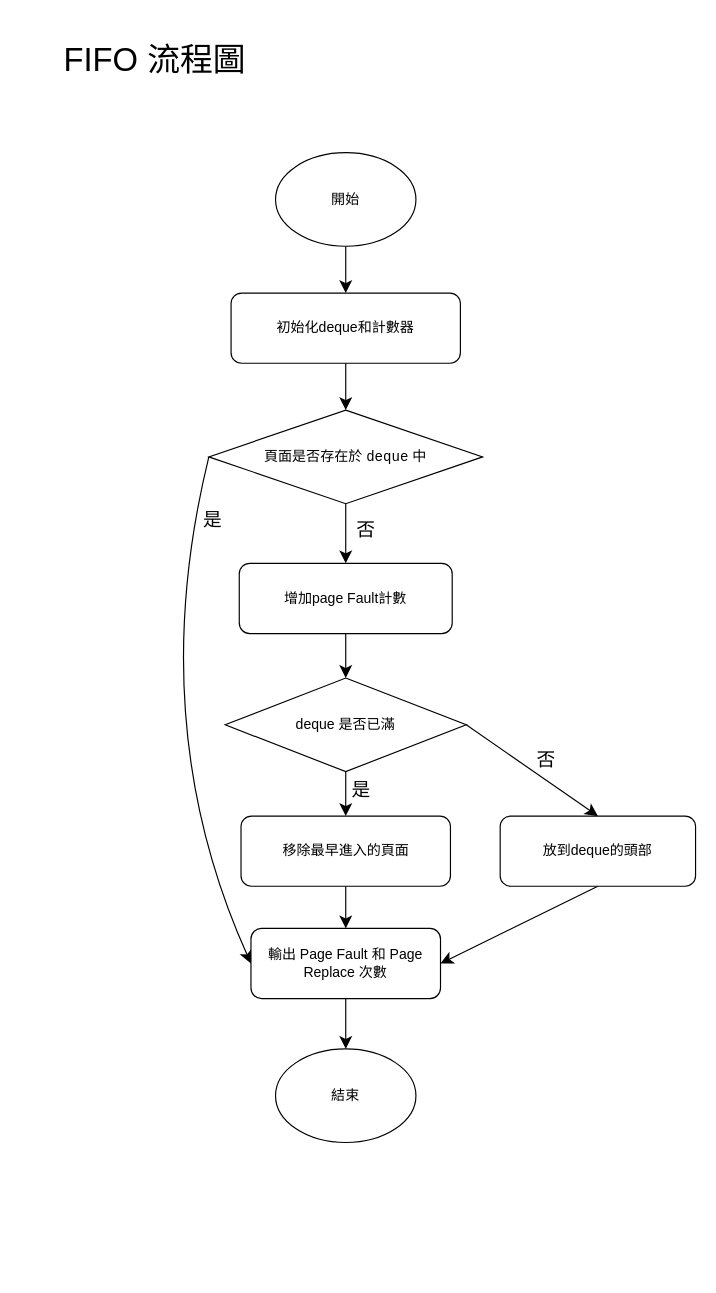
Tsengbrian92/OS-schedule keeps this draw.io diagram as LRU.drawio. Above is the earlier version. Source tidied: cells renumbered, new cells numbered last; positions are measured from the earlier drawing's top-left corner, leaving out a move shared by most shapes. Both pictures are drawn from the tidied source at 117%, with x=0, y=0 at pixel (20, 20).
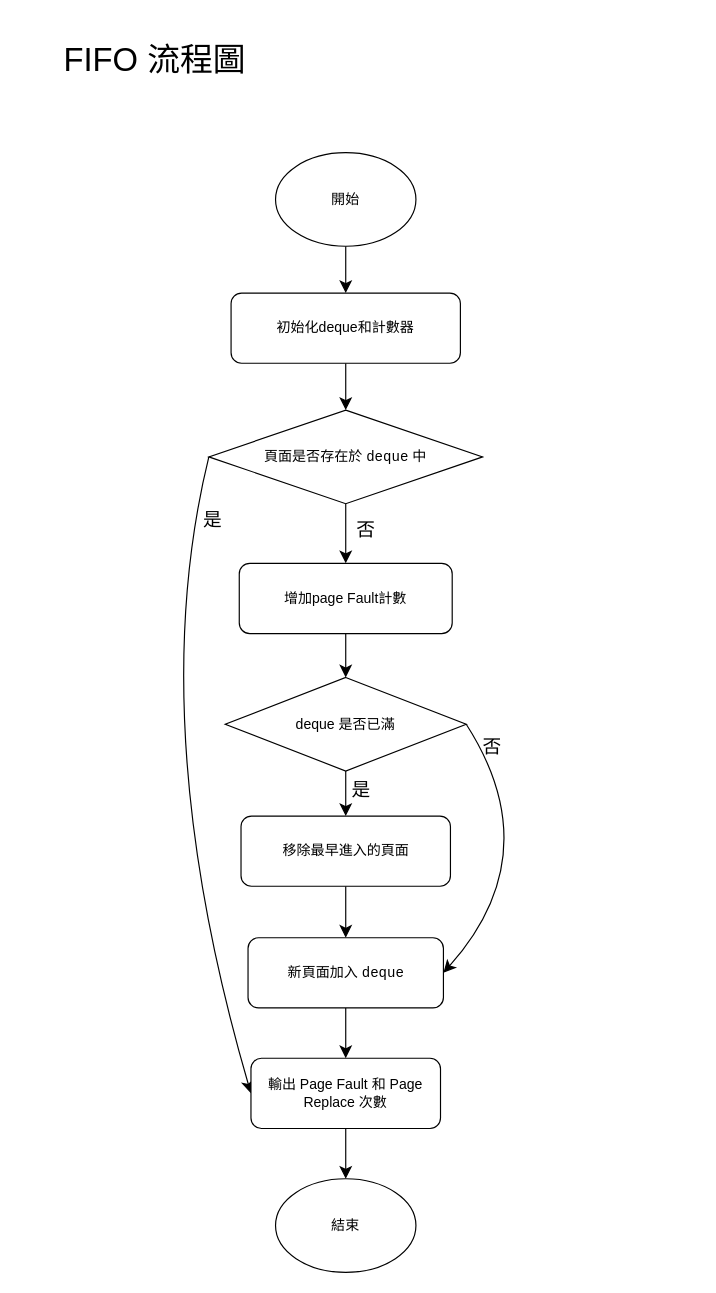
After the change.

Unchanged cells that the change refers to:
```xml
<mxCell id="16" value="&lt;p data-pm-slice=&quot;1 1 [&amp;quot;ordered_list&amp;quot;,{&amp;quot;spread&amp;quot;:false,&amp;quot;startingNumber&amp;quot;:1,&amp;quot;start&amp;quot;:365,&amp;quot;end&amp;quot;:570},&amp;quot;regular_list_item&amp;quot;,{&amp;quot;start&amp;quot;:391,&amp;quot;end&amp;quot;:529},&amp;quot;list&amp;quot;,{&amp;quot;spread&amp;quot;:false,&amp;quot;start&amp;quot;:413,&amp;quot;end&amp;quot;:529},&amp;quot;regular_list_item&amp;quot;,{&amp;quot;start&amp;quot;:413,&amp;quot;end&amp;quot;:529},&amp;quot;list&amp;quot;,{&amp;quot;spread&amp;quot;:false,&amp;quot;start&amp;quot;:439,&amp;quot;end&amp;quot;:529},&amp;quot;regular_list_item&amp;quot;,{&amp;quot;start&amp;quot;:451,&amp;quot;end&amp;quot;:529},&amp;quot;list&amp;quot;,{&amp;quot;spread&amp;quot;:false,&amp;quot;start&amp;quot;:463,&amp;quot;end&amp;quot;:529},&amp;quot;regular_list_item&amp;quot;,{&amp;quot;start&amp;quot;:489,&amp;quot;end&amp;quot;:506}]&quot;&gt;移除最早進入的頁面&lt;/p&gt;" style="rounded=1;whiteSpace=wrap;html=1;" parent="1" vertex="1">
  <mxGeometry x="188.5" y="680" width="179" height="60" as="geometry" />
</mxCell>
```

The edit, as a diff of the source:
```diff
@@
-    <mxCell id="13" style="edgeStyle=none;curved=1;rounded=0;jettySize=auto;html=1;entryX=0.5;entryY=0;entryDx=0;entryDy=0;fontSize=12;startSize=8;endSize=8;exitX=1;exitY=0.5;exitDx=0;exitDy=0;" parent="1" edge="1" source="14" target="19">
-      <mxGeometry relative="1" as="geometry" />
+    <mxCell id="13" style="edgeStyle=none;curved=1;rounded=0;jettySize=auto;html=1;exitX=1;exitY=0.5;exitDx=0;exitDy=0;entryX=1;entryY=0.5;entryDx=0;entryDy=0;fontSize=12;startSize=8;endSize=8;" parent="1" edge="1" source="14" target="19">
+      <mxGeometry relative="1" as="geometry">
+        <Array as="points">
+          <mxPoint x="452" y="712" />
+        </Array>
+      </mxGeometry>
     </mxCell>
     <mxCell id="14" value="deque 是否已滿" style="rhombus;whiteSpace=wrap;html=1;" parent="1" vertex="1">
-      <mxGeometry x="175" y="562" width="206" height="80" as="geometry" />
+      <mxGeometry x="175" y="561.5" width="206" height="80" as="geometry" />
     </mxCell>
-    <mxCell id="15" style="edgeStyle=none;curved=1;rounded=0;jettySize=auto;html=1;fontSize=12;startSize=8;endSize=8;" parent="1" edge="1" source="16" target="22">
-      <mxGeometry relative="1" as="geometry" />
-    </mxCell>
+    <mxCell id="26" style="edgeStyle=none;curved=1;rounded=0;jettySize=auto;html=1;entryX=0.5;entryY=0;entryDx=0;entryDy=0;fontSize=12;startSize=8;endSize=8;" parent="1" edge="1" source="16" target="19">
+      <mxGeometry relative="1" as="geometry" />
+    </mxCell>
@@
-    <mxCell id="18" style="edgeStyle=none;curved=1;rounded=0;jettySize=auto;html=1;exitX=0.5;exitY=1;exitDx=0;exitDy=0;entryX=1;entryY=0.5;entryDx=0;entryDy=0;fontSize=12;startSize=8;endSize=8;" parent="1" edge="1" source="19" target="22">
+    <mxCell id="18" style="edgeStyle=none;curved=1;rounded=0;jettySize=auto;html=1;fontSize=12;startSize=8;endSize=8;" parent="1" edge="1" source="19" target="22">
       <mxGeometry relative="1" as="geometry" />
     </mxCell>
-    <mxCell id="19" value="放到deque&lt;span style=&quot;background-color: initial;&quot;&gt;的頭部&lt;/span&gt;" style="rounded=1;whiteSpace=wrap;html=1;" parent="1" vertex="1">
-      <mxGeometry x="410" y="680" width="167" height="60" as="geometry" />
+    <mxCell id="19" value="&lt;p data-pm-slice=&quot;1 1 [&amp;quot;ordered_list&amp;quot;,{&amp;quot;spread&amp;quot;:false,&amp;quot;startingNumber&amp;quot;:1,&amp;quot;start&amp;quot;:592,&amp;quot;end&amp;quot;:823},&amp;quot;regular_list_item&amp;quot;,{&amp;quot;start&amp;quot;:618,&amp;quot;end&amp;quot;:782},&amp;quot;list&amp;quot;,{&amp;quot;spread&amp;quot;:false,&amp;quot;start&amp;quot;:640,&amp;quot;end&amp;quot;:782},&amp;quot;regular_list_item&amp;quot;,{&amp;quot;start&amp;quot;:640,&amp;quot;end&amp;quot;:782},&amp;quot;list&amp;quot;,{&amp;quot;spread&amp;quot;:false,&amp;quot;start&amp;quot;:666,&amp;quot;end&amp;quot;:782},&amp;quot;regular_list_item&amp;quot;,{&amp;quot;start&amp;quot;:703,&amp;quot;end&amp;quot;:782},&amp;quot;list&amp;quot;,{&amp;quot;spread&amp;quot;:false,&amp;quot;start&amp;quot;:715,&amp;quot;end&amp;quot;:782},&amp;quot;regular_list_item&amp;quot;,{&amp;quot;start&amp;quot;:767,&amp;quot;end&amp;quot;:782}]&quot;&gt;新頁面加入 &lt;code&gt;deque&lt;/code&gt;&lt;/p&gt;" style="rounded=1;whiteSpace=wrap;html=1;" parent="1" vertex="1">
+      <mxGeometry x="194.5" y="784" width="167" height="60" as="geometry" />
     </mxCell>
-    <mxCell id="20" value="否" style="text;html=1;align=center;verticalAlign=middle;strokeColor=none;fillColor=none;fontSize=16;" parent="1" vertex="1">
-      <mxGeometry x="431.5" y="616.5" width="34" height="31" as="geometry" />
-    </mxCell>
@@
     <mxCell id="22" value="&lt;p data-pm-slice=&quot;1 1 [&amp;quot;ordered_list&amp;quot;,{&amp;quot;spread&amp;quot;:false,&amp;quot;startingNumber&amp;quot;:1,&amp;quot;start&amp;quot;:365,&amp;quot;end&amp;quot;:570},&amp;quot;regular_list_item&amp;quot;,{&amp;quot;start&amp;quot;:530,&amp;quot;end&amp;quot;:564}]&quot;&gt;輸出 Page Fault 和 Page Replace 次數&lt;/p&gt;" style="rounded=1;whiteSpace=wrap;html=1;" parent="1" vertex="1">
-      <mxGeometry x="197" y="776" width="162" height="60" as="geometry" />
+      <mxGeometry x="197" y="887" width="162" height="60" as="geometry" />
     </mxCell>
@@
     <mxCell id="24" value="結束" style="ellipse;whiteSpace=wrap;html=1;" parent="1" vertex="1">
-      <mxGeometry x="218" y="879" width="120" height="80" as="geometry" />
+      <mxGeometry x="218" y="990" width="120" height="80" as="geometry" />
     </mxCell>
@@
+    <mxCell id="20" value="否" style="text;html=1;align=center;verticalAlign=middle;strokeColor=none;fillColor=none;fontSize=16;" parent="1" vertex="1">
+      <mxGeometry x="385.5" y="605.5" width="34" height="31" as="geometry" />
+    </mxCell>
```
